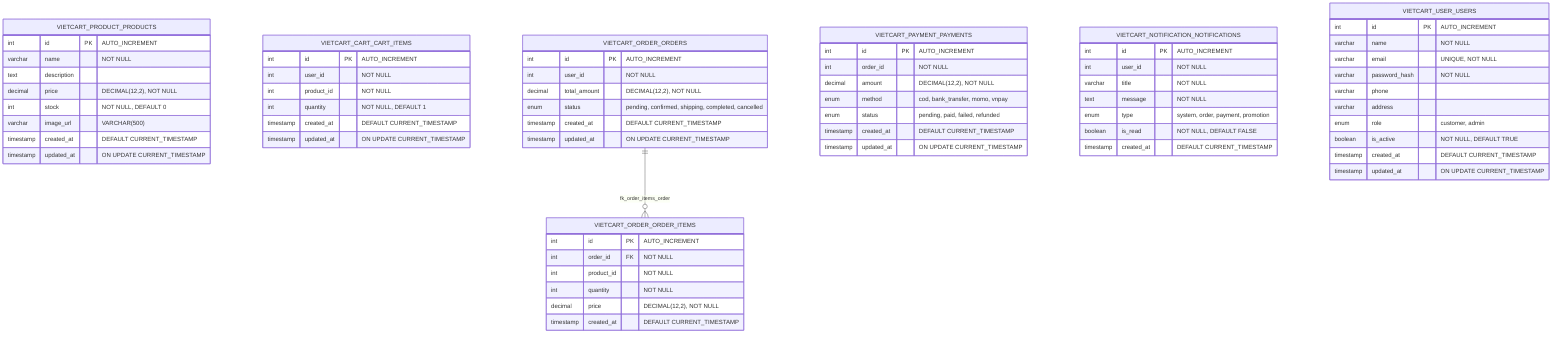
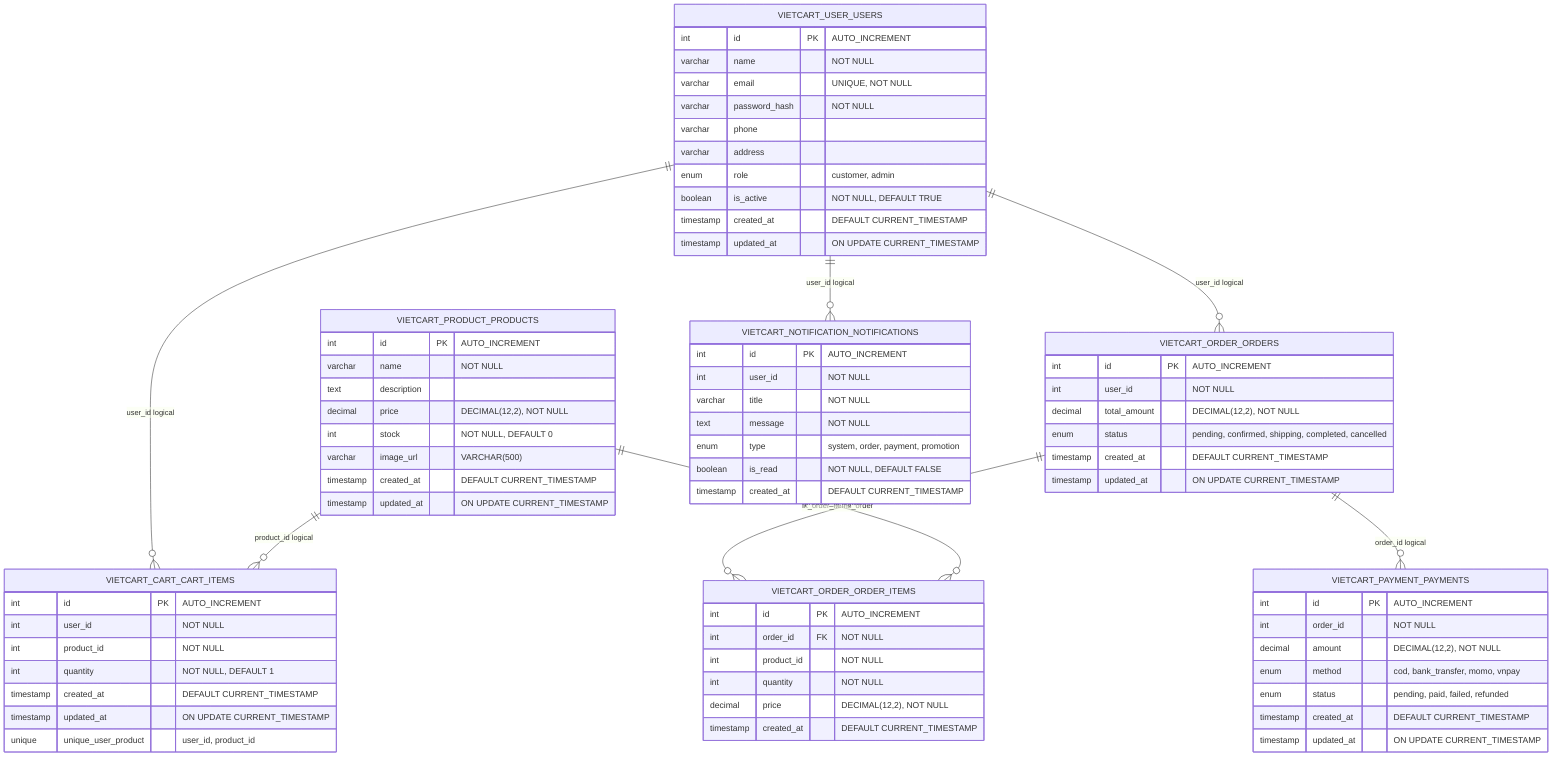
erDiagram
  VIETCART_PRODUCT_PRODUCTS {
    int id PK "AUTO_INCREMENT"
    varchar name "NOT NULL"
    text description
    decimal price "DECIMAL(12,2), NOT NULL"
    int stock "NOT NULL, DEFAULT 0"
    varchar image_url "VARCHAR(500)"
    timestamp created_at "DEFAULT CURRENT_TIMESTAMP"
    timestamp updated_at "ON UPDATE CURRENT_TIMESTAMP"
  }

  VIETCART_CART_CART_ITEMS {
    int id PK "AUTO_INCREMENT"
    int user_id "NOT NULL"
    int product_id "NOT NULL"
    int quantity "NOT NULL, DEFAULT 1"
    timestamp created_at "DEFAULT CURRENT_TIMESTAMP"
    timestamp updated_at "ON UPDATE CURRENT_TIMESTAMP"
+     unique unique_user_product "user_id, product_id"
  }

  VIETCART_ORDER_ORDERS {
    int id PK "AUTO_INCREMENT"
    int user_id "NOT NULL"
    decimal total_amount "DECIMAL(12,2), NOT NULL"
    enum status "pending, confirmed, shipping, completed, cancelled"
    timestamp created_at "DEFAULT CURRENT_TIMESTAMP"
    timestamp updated_at "ON UPDATE CURRENT_TIMESTAMP"
  }

  VIETCART_ORDER_ORDER_ITEMS {
    int id PK "AUTO_INCREMENT"
    int order_id FK "NOT NULL"
    int product_id "NOT NULL"
    int quantity "NOT NULL"
    decimal price "DECIMAL(12,2), NOT NULL"
    timestamp created_at "DEFAULT CURRENT_TIMESTAMP"
  }

  VIETCART_PAYMENT_PAYMENTS {
    int id PK "AUTO_INCREMENT"
    int order_id "NOT NULL"
    decimal amount "DECIMAL(12,2), NOT NULL"
    enum method "cod, bank_transfer, momo, vnpay"
    enum status "pending, paid, failed, refunded"
    timestamp created_at "DEFAULT CURRENT_TIMESTAMP"
    timestamp updated_at "ON UPDATE CURRENT_TIMESTAMP"
  }

  VIETCART_NOTIFICATION_NOTIFICATIONS {
    int id PK "AUTO_INCREMENT"
    int user_id "NOT NULL"
    varchar title "NOT NULL"
    text message "NOT NULL"
    enum type "system, order, payment, promotion"
    boolean is_read "NOT NULL, DEFAULT FALSE"
    timestamp created_at "DEFAULT CURRENT_TIMESTAMP"
  }

  VIETCART_USER_USERS {
    int id PK "AUTO_INCREMENT"
    varchar name "NOT NULL"
    varchar email "UNIQUE, NOT NULL"
    varchar password_hash "NOT NULL"
    varchar phone
    varchar address
    enum role "customer, admin"
    boolean is_active "NOT NULL, DEFAULT TRUE"
    timestamp created_at "DEFAULT CURRENT_TIMESTAMP"
    timestamp updated_at "ON UPDATE CURRENT_TIMESTAMP"
  }

  VIETCART_ORDER_ORDERS ||--o{ VIETCART_ORDER_ORDER_ITEMS : "fk_order_items_order"
+   VIETCART_USER_USERS ||--o{ VIETCART_CART_CART_ITEMS : "user_id logical"
+   VIETCART_PRODUCT_PRODUCTS ||--o{ VIETCART_CART_CART_ITEMS : "product_id logical"
+   VIETCART_USER_USERS ||--o{ VIETCART_ORDER_ORDERS : "user_id logical"
+   VIETCART_PRODUCT_PRODUCTS ||--o{ VIETCART_ORDER_ORDER_ITEMS : "product_id logical"
+   VIETCART_ORDER_ORDERS ||--o{ VIETCART_PAYMENT_PAYMENTS : "order_id logical"
+   VIETCART_USER_USERS ||--o{ VIETCART_NOTIFICATION_NOTIFICATIONS : "user_id logical"

  %% Microservices database-per-service notes:
+   %% - Tables checked against database/*.sql and backend SQL queries: products, cart_items, orders, order_items, payments, notifications, users.
+   %% - order_items.order_id is the only enforced foreign key in the SQL files.
  %% - cart_items.product_id stores Product Service product id but has no cross-database foreign key.
  %% - order_items.product_id stores Product Service product id but has no cross-database foreign key.
  %% - payments.order_id stores Order Service order id but has no cross-database foreign key.
  %% - cart_items.user_id, orders.user_id and notifications.user_id store User Service ids without cross-database foreign keys.
